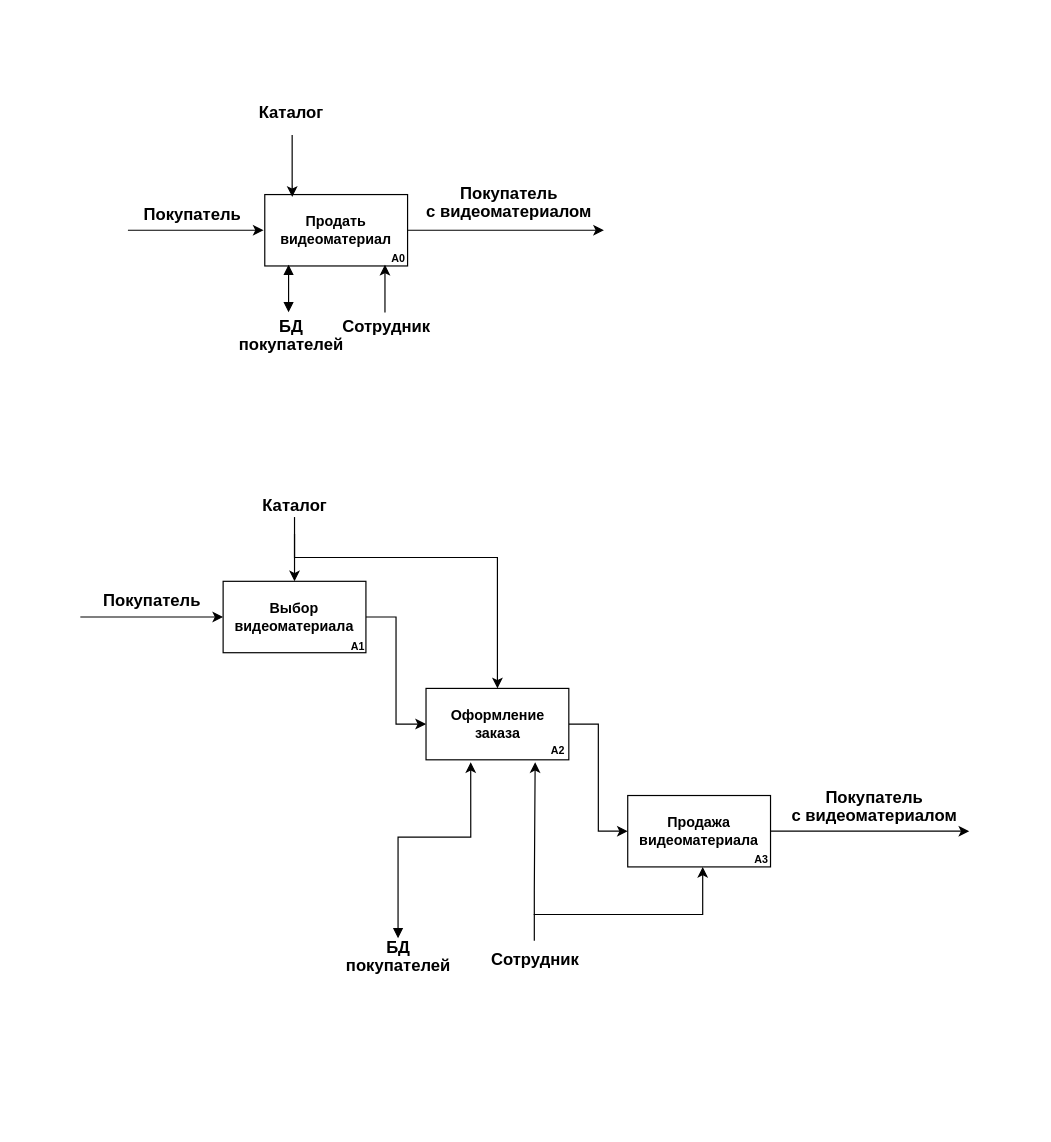
Before: IDEF0.drawio in SpaleRud/OPDiagrams, a draw.io diagram. Source tidied: cells renumbered, new cells numbered last; positions are measured from the earlier drawing's top-left corner, leaving out a move shared by most shapes. Both pictures are drawn from the tidied source at 119%, with x=0, y=0 at pixel (80, 93).
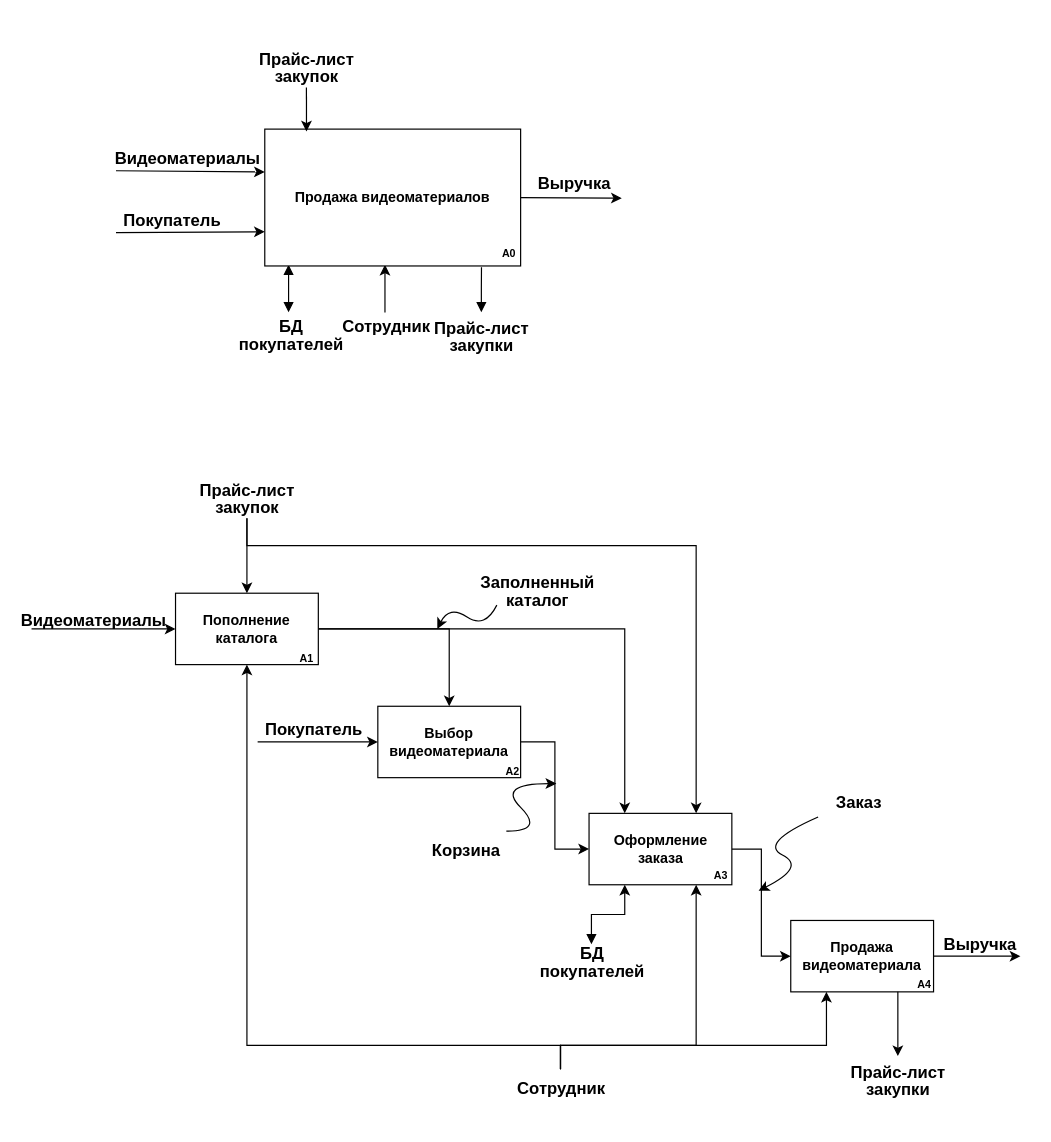
After the change.

The change refers to these unchanged cells:
```xml
<mxCell id="28" value="&lt;b&gt;Оформление&lt;br&gt;заказа&lt;/b&gt;" style="rounded=0;whiteSpace=wrap;html=1;" parent="27" vertex="1">
  <mxGeometry width="120" height="60" as="geometry" />
</mxCell>
<mxCell id="31" value="&lt;b&gt;Выбор&lt;br&gt;видеоматериала&lt;/b&gt;" style="rounded=0;whiteSpace=wrap;html=1;" parent="30" vertex="1">
  <mxGeometry width="120" height="60" as="geometry" />
</mxCell>
<mxCell id="34" value="&lt;b&gt;Продажа&lt;br&gt;видеоматериала&lt;/b&gt;" style="rounded=0;whiteSpace=wrap;html=1;" parent="33" vertex="1">
  <mxGeometry width="120" height="60" as="geometry" />
</mxCell>
```

The edit, as a diff of the source:
```diff
@@
     <mxCell id="2" value="&lt;font style=&quot;font-size: 14px;&quot;&gt;Покупатель&lt;/font&gt;" style="text;strokeColor=none;fillColor=none;html=1;fontSize=24;fontStyle=1;verticalAlign=middle;align=center;" parent="1" vertex="1">
-      <mxGeometry x="47" y="86" width="93" height="26" as="geometry" />
+      <mxGeometry x="30" y="91" width="93" height="26" as="geometry" />
     </mxCell>
-    <mxCell id="3" value="&lt;b&gt;Продать видеоматериал&lt;/b&gt;" style="rounded=0;whiteSpace=wrap;html=1;" parent="1" vertex="1">
-      <mxGeometry x="155" y="85" width="120" height="60" as="geometry" />
-    </mxCell>
-    <mxCell id="4" style="endArrow=classic;html=1;rounded=0;entryX=0;entryY=0.5;entryDx=0;entryDy=0;" parent="1" edge="1">
-      <mxGeometry relative="1" as="geometry">
-        <mxPoint x="40" y="115" as="sourcePoint" />
-        <mxPoint x="154" y="115" as="targetPoint" />
-        <Array as="points">
-          <mxPoint x="129" y="115" />
-        </Array>
-      </mxGeometry>
-    </mxCell>
-    <mxCell id="5" style="endArrow=classic;html=1;rounded=0;exitX=1;exitY=0.5;exitDx=0;exitDy=0;" parent="1" edge="1" source="3">
-      <mxGeometry relative="1" as="geometry">
-        <mxPoint x="440" y="115" as="targetPoint" />
-      </mxGeometry>
+    <mxCell id="5" style="endArrow=classic;html=1;rounded=0;exitX=1;exitY=0.5;exitDx=0;exitDy=0;entryX=1;entryY=1;entryDx=0;entryDy=0;" parent="1" edge="1" source="3" target="7">
+      <mxGeometry relative="1" as="geometry" />
     </mxCell>
-    <mxCell id="6" value="&lt;font style=&quot;font-size: 9px;&quot;&gt;А0&lt;/font&gt;" style="text;strokeColor=none;fillColor=none;html=1;fontSize=24;fontStyle=1;verticalAlign=middle;align=center;" parent="1" vertex="1">
-      <mxGeometry x="257" y="124" width="20" height="20" as="geometry" />
-    </mxCell>
-    <mxCell id="7" value="&lt;p style=&quot;line-height: 50%;&quot;&gt;&lt;font style=&quot;font-size: 14px;&quot;&gt;Покупатель&lt;br&gt;с видеоматериалом&lt;br&gt;&lt;/font&gt;&lt;/p&gt;" style="text;strokeColor=none;fillColor=none;html=1;fontSize=24;fontStyle=1;verticalAlign=middle;align=center;" parent="1" vertex="1">
-      <mxGeometry x="291" y="65" width="138" height="47" as="geometry" />
+    <mxCell id="7" value="&lt;p style=&quot;line-height: 50%;&quot;&gt;&lt;span style=&quot;font-size: 14px;&quot;&gt;Выручка&lt;/span&gt;&lt;/p&gt;" style="text;strokeColor=none;fillColor=none;html=1;fontSize=24;fontStyle=1;verticalAlign=middle;align=center;" parent="1" vertex="1">
+      <mxGeometry x="375" y="60" width="80" height="28" as="geometry" />
     </mxCell>
@@
-    <mxCell id="10" style="endArrow=classic;html=1;rounded=0;entryX=0.192;entryY=0.033;entryDx=0;entryDy=0;entryPerimeter=0;" parent="1" edge="1" target="3">
-      <mxGeometry relative="1" as="geometry">
-        <mxPoint x="178" y="35" as="sourcePoint" />
-      </mxGeometry>
-    </mxCell>
-    <mxCell id="11" value="&lt;font style=&quot;font-size: 14px;&quot;&gt;Каталог&lt;br&gt;&lt;/font&gt;" style="text;strokeColor=none;fillColor=none;html=1;fontSize=24;fontStyle=1;verticalAlign=middle;align=center;" parent="1" vertex="1">
-      <mxGeometry x="130" width="93" height="26" as="geometry" />
-    </mxCell>
-    <mxCell id="12" value="&lt;font style=&quot;font-size: 14px;&quot;&gt;Покупатель&lt;/font&gt;" style="text;strokeColor=none;fillColor=none;html=1;fontSize=24;fontStyle=1;verticalAlign=middle;align=center;" parent="1" vertex="1">
-      <mxGeometry x="13" y="410" width="93" height="26" as="geometry" />
-    </mxCell>
-    <mxCell id="13" style="endArrow=classic;html=1;rounded=0;exitX=1;exitY=0.5;exitDx=0;exitDy=0;" parent="1" edge="1" source="34">
-      <mxGeometry relative="1" as="geometry">
-        <mxPoint x="747" y="620" as="targetPoint" />
-      </mxGeometry>
+    <mxCell id="13" style="endArrow=classic;html=1;rounded=0;exitX=1;exitY=0.5;exitDx=0;exitDy=0;entryX=1;entryY=1;entryDx=0;entryDy=0;" parent="1" edge="1" source="34" target="14">
+      <mxGeometry relative="1" as="geometry" />
     </mxCell>
-    <mxCell id="14" value="&lt;p style=&quot;line-height: 50%;&quot;&gt;&lt;font style=&quot;font-size: 14px;&quot;&gt;Покупатель&lt;br&gt;с видеоматериалом&lt;br&gt;&lt;/font&gt;&lt;/p&gt;" style="text;strokeColor=none;fillColor=none;html=1;fontSize=24;fontStyle=1;verticalAlign=middle;align=center;" parent="1" vertex="1">
-      <mxGeometry x="598" y="573" width="138" height="47" as="geometry" />
+    <mxCell id="14" value="&lt;p style=&quot;line-height: 50%;&quot;&gt;&lt;font style=&quot;font-size: 14px;&quot;&gt;Выручка&lt;/font&gt;&lt;/p&gt;" style="text;strokeColor=none;fillColor=none;html=1;fontSize=24;fontStyle=1;verticalAlign=middle;align=center;" parent="1" vertex="1">
+      <mxGeometry x="722" y="700" width="68" height="25" as="geometry" />
     </mxCell>
-    <mxCell id="15" style="endArrow=classic;html=1;rounded=0;entryX=0.5;entryY=1;entryDx=0;entryDy=0;edgeStyle=orthogonalEdgeStyle;exitX=0.5;exitY=0;exitDx=0;exitDy=0;" parent="1" edge="1" source="16">
-      <mxGeometry relative="1" as="geometry">
-        <mxPoint x="382.2" y="562" as="targetPoint" />
-        <Array as="points">
-          <mxPoint x="382" y="670" />
-        </Array>
-      </mxGeometry>
-    </mxCell>
+    <mxCell id="37" style="edgeStyle=orthogonalEdgeStyle;rounded=0;jettySize=auto;html=1;entryX=0.75;entryY=1;entryDx=0;entryDy=0;" parent="1" edge="1" source="16" target="28">
+      <mxGeometry relative="1" as="geometry">
+        <Array as="points">
+          <mxPoint x="404" y="800" />
+          <mxPoint x="518" y="800" />
+        </Array>
+      </mxGeometry>
+    </mxCell>
+    <mxCell id="38" style="edgeStyle=orthogonalEdgeStyle;rounded=0;jettySize=auto;html=1;entryX=0.25;entryY=1;entryDx=0;entryDy=0;" parent="1" edge="1" source="16" target="34">
+      <mxGeometry relative="1" as="geometry">
+        <Array as="points">
+          <mxPoint x="404" y="800" />
+          <mxPoint x="627" y="800" />
+        </Array>
+      </mxGeometry>
+    </mxCell>
+    <mxCell id="39" style="edgeStyle=orthogonalEdgeStyle;rounded=0;jettySize=auto;html=1;entryX=0.5;entryY=1;entryDx=0;entryDy=0;" parent="1" edge="1" source="16" target="54">
+      <mxGeometry relative="1" as="geometry">
+        <Array as="points">
+          <mxPoint x="404" y="800" />
+          <mxPoint x="140" y="800" />
+        </Array>
+      </mxGeometry>
+    </mxCell>
     <mxCell id="16" value="&lt;font style=&quot;font-size: 14px;&quot;&gt;Сотрудник&lt;br&gt;&lt;/font&gt;" style="text;strokeColor=none;fillColor=none;html=1;fontSize=24;fontStyle=1;verticalAlign=middle;align=center;" parent="1" vertex="1">
-      <mxGeometry x="335" y="712" width="93" height="26" as="geometry" />
+      <mxGeometry x="357" y="820" width="93" height="26" as="geometry" />
     </mxCell>
-    <mxCell id="17" style="endArrow=classic;html=1;rounded=0;entryX=0.5;entryY=1;entryDx=0;entryDy=0;edgeStyle=orthogonalEdgeStyle;" parent="1" edge="1">
-      <mxGeometry relative="1" as="geometry">
-        <mxPoint x="381" y="690" as="sourcePoint" />
-        <mxPoint x="523" y="650" as="targetPoint" />
-        <Array as="points">
-          <mxPoint x="523" y="690" />
-        </Array>
-      </mxGeometry>
-    </mxCell>
-    <mxCell id="18" style="endArrow=classic;html=1;rounded=0;entryX=0.5;entryY=0;entryDx=0;entryDy=0;exitX=0.5;exitY=1;exitDx=0;exitDy=0;" parent="1" edge="1" source="19" target="31">
-      <mxGeometry relative="1" as="geometry" />
-    </mxCell>
-    <mxCell id="19" value="&lt;font style=&quot;font-size: 14px;&quot;&gt;Каталог&lt;br&gt;&lt;/font&gt;" style="text;strokeColor=none;fillColor=none;html=1;fontSize=24;fontStyle=1;verticalAlign=middle;align=center;" parent="1" vertex="1">
-      <mxGeometry x="133.5" y="330" width="93" height="26" as="geometry" />
-    </mxCell>
-    <mxCell id="20" style="endArrow=classic;html=1;rounded=0;entryX=0.5;entryY=0;entryDx=0;entryDy=0;edgeStyle=orthogonalEdgeStyle;elbow=vertical;" parent="1" edge="1" target="28">
-      <mxGeometry relative="1" as="geometry">
-        <mxPoint x="180" y="370" as="sourcePoint" />
-        <Array as="points">
-          <mxPoint x="180" y="390" />
-          <mxPoint x="351" y="390" />
-        </Array>
-      </mxGeometry>
-    </mxCell>
@@
+    <mxCell id="26" style="edgeStyle=orthogonalEdgeStyle;rounded=0;jettySize=auto;html=1;entryX=0.25;entryY=1;entryDx=0;entryDy=0;startArrow=block;startFill=1;" parent="1" edge="1" source="25" target="28">
+      <mxGeometry relative="1" as="geometry" />
+    </mxCell>
     <mxCell id="25" value="&lt;p style=&quot;line-height: 50%;&quot;&gt;&lt;font style=&quot;font-size: 14px;&quot;&gt;БД&lt;br&gt;покупателей&lt;br&gt;&lt;/font&gt;&lt;/p&gt;" style="text;strokeColor=none;fillColor=none;html=1;fontSize=24;fontStyle=1;verticalAlign=middle;align=center;" parent="1" vertex="1">
-      <mxGeometry x="220.5" y="710" width="93" height="26" as="geometry" />
+      <mxGeometry x="383" y="715" width="93" height="26" as="geometry" />
     </mxCell>
-    <mxCell id="26" style="endArrow=classic;html=1;rounded=0;entryX=0.313;entryY=1.033;entryDx=0;entryDy=0;edgeStyle=orthogonalEdgeStyle;entryPerimeter=0;exitX=0.5;exitY=0;exitDx=0;exitDy=0;startArrow=block;startFill=1;" parent="1" edge="1" source="25" target="28">
-      <mxGeometry relative="1" as="geometry">
-        <Array as="points">
-          <mxPoint x="267" y="625" />
-          <mxPoint x="328" y="625" />
-        </Array>
-      </mxGeometry>
-    </mxCell>
     <mxCell id="27" style="group;" parent="1" vertex="1">
-      <mxGeometry x="290.5" y="500" width="120.5" height="60" as="geometry" />
+      <mxGeometry x="427.5" y="605" width="120.5" height="60" as="geometry" />
     </mxCell>
@@
-    <mxCell id="29" value="&lt;font style=&quot;font-size: 9px;&quot;&gt;А2&lt;/font&gt;" style="text;strokeColor=none;fillColor=none;html=1;fontSize=24;fontStyle=1;verticalAlign=middle;align=center;" parent="27" vertex="1">
+    <mxCell id="29" value="&lt;font style=&quot;font-size: 9px;&quot;&gt;А3&lt;/font&gt;" style="text;strokeColor=none;fillColor=none;html=1;fontSize=24;fontStyle=1;verticalAlign=middle;align=center;" parent="27" vertex="1">
       <mxGeometry x="100.5" y="38" width="20" height="20" as="geometry" />
     </mxCell>
     <mxCell id="30" style="group;" parent="1" vertex="1">
-      <mxGeometry x="120" y="410" width="123" height="60" as="geometry" />
+      <mxGeometry x="250" y="515" width="123" height="60" as="geometry" />
     </mxCell>
@@
-    <mxCell id="32" value="&lt;font style=&quot;font-size: 9px;&quot;&gt;А1&lt;/font&gt;" style="text;strokeColor=none;fillColor=none;html=1;fontSize=24;fontStyle=1;verticalAlign=middle;align=center;" parent="30" vertex="1">
+    <mxCell id="32" value="&lt;font style=&quot;font-size: 9px;&quot;&gt;А2&lt;/font&gt;" style="text;strokeColor=none;fillColor=none;html=1;fontSize=24;fontStyle=1;verticalAlign=middle;align=center;" parent="30" vertex="1">
       <mxGeometry x="103" y="40" width="20" height="20" as="geometry" />
     </mxCell>
     <mxCell id="33" style="group;" parent="1" vertex="1">
-      <mxGeometry x="460" y="590" width="122" height="60" as="geometry" />
+      <mxGeometry x="597" y="695" width="122" height="60" as="geometry" />
     </mxCell>
@@
-    <mxCell id="35" value="&lt;font style=&quot;font-size: 9px;&quot;&gt;А3&lt;/font&gt;" style="text;strokeColor=none;fillColor=none;html=1;fontSize=24;fontStyle=1;verticalAlign=middle;align=center;" parent="33" vertex="1">
+    <mxCell id="35" value="&lt;font style=&quot;font-size: 9px;&quot;&gt;А4&lt;/font&gt;" style="text;strokeColor=none;fillColor=none;html=1;fontSize=24;fontStyle=1;verticalAlign=middle;align=center;" parent="33" vertex="1">
       <mxGeometry x="102" y="39" width="20" height="20" as="geometry" />
     </mxCell>
+    <mxCell id="40" style="edgeStyle=orthogonalEdgeStyle;rounded=0;jettySize=auto;html=1;entryX=0.5;entryY=0;entryDx=0;entryDy=0;" parent="1" edge="1" source="54" target="31">
+      <mxGeometry relative="1" as="geometry" />
+    </mxCell>
+    <mxCell id="41" style="edgeStyle=orthogonalEdgeStyle;rounded=0;jettySize=auto;html=1;entryX=0.25;entryY=0;entryDx=0;entryDy=0;" parent="1" edge="1" source="54" target="28">
+      <mxGeometry relative="1" as="geometry" />
+    </mxCell>
+    <mxCell id="42" style="group;" parent="1" vertex="1">
+      <mxGeometry x="155" y="30" width="215" height="115" as="geometry" />
+    </mxCell>
+    <mxCell id="3" value="&lt;b&gt;Продажа видеоматериалов&lt;/b&gt;" style="rounded=0;whiteSpace=wrap;html=1;" parent="42" vertex="1">
+      <mxGeometry width="215" height="115" as="geometry" />
+    </mxCell>
+    <mxCell id="6" value="&lt;font style=&quot;font-size: 9px;&quot;&gt;А0&lt;/font&gt;" style="text;strokeColor=none;fillColor=none;html=1;fontSize=24;fontStyle=1;verticalAlign=middle;align=center;" parent="42" vertex="1">
+      <mxGeometry x="195" y="84.3" width="20" height="30.7" as="geometry" />
+    </mxCell>
+    <mxCell id="43" style="group;" parent="1" vertex="1">
+      <mxGeometry x="149" y="519" width="93" height="26" as="geometry" />
+    </mxCell>
+    <mxCell id="12" value="&lt;font style=&quot;font-size: 14px;&quot;&gt;Покупатель&lt;/font&gt;" style="text;strokeColor=none;fillColor=none;html=1;fontSize=24;fontStyle=1;verticalAlign=middle;align=center;" parent="43" vertex="1">
+      <mxGeometry width="93" height="26" as="geometry" />
+    </mxCell>
-    <mxCell id="36" style="endArrow=classic;html=1;rounded=0;entryX=0;entryY=0.5;entryDx=0;entryDy=0;" parent="1" edge="1" target="31">
-      <mxGeometry relative="1" as="geometry">
-        <mxPoint y="440" as="sourcePoint" />
-      </mxGeometry>
+    <mxCell id="36" style="endArrow=classic;html=1;rounded=0;entryX=0;entryY=0.5;entryDx=0;entryDy=0;strokeColor=default;exitX=0;exitY=1;exitDx=0;exitDy=0;" parent="43" edge="1" source="12" target="31">
+      <mxGeometry relative="1" as="geometry" />
     </mxCell>
+    <mxCell id="44" style="endArrow=classic;html=1;rounded=0;exitX=0;exitY=1;exitDx=0;exitDy=0;entryX=0;entryY=0.75;entryDx=0;entryDy=0;" parent="1" edge="1" source="2" target="3">
+      <mxGeometry relative="1" as="geometry" />
+    </mxCell>
+    <mxCell id="45" value="&lt;font style=&quot;font-size: 14px;&quot;&gt;Видеоматериалы&lt;/font&gt;" style="text;strokeColor=none;fillColor=none;html=1;fontSize=24;fontStyle=1;verticalAlign=middle;align=center;" parent="1" vertex="1">
+      <mxGeometry x="30" y="38" width="120" height="27" as="geometry" />
+    </mxCell>
+    <mxCell id="46" style="endArrow=classic;html=1;rounded=0;exitX=0;exitY=1;exitDx=0;exitDy=0;entryX=0;entryY=0.75;entryDx=0;entryDy=0;" parent="1" edge="1" source="45">
+      <mxGeometry relative="1" as="geometry">
+        <mxPoint x="155" y="66" as="targetPoint" />
+      </mxGeometry>
+    </mxCell>
+    <mxCell id="47" style="endArrow=classic;html=1;rounded=0;entryX=0;entryY=0.5;entryDx=0;entryDy=0;exitX=0;exitY=1;exitDx=0;exitDy=0;" parent="1" edge="1" source="48" target="54">
+      <mxGeometry relative="1" as="geometry" />
+    </mxCell>
+    <mxCell id="48" value="&lt;font style=&quot;font-size: 14px;&quot;&gt;Видеоматериалы&lt;/font&gt;" style="text;strokeColor=none;fillColor=none;html=1;fontSize=24;fontStyle=1;verticalAlign=middle;align=center;" parent="1" vertex="1">
+      <mxGeometry x="-41" y="430" width="104" height="20" as="geometry" />
+    </mxCell>
+    <mxCell id="49" style="endArrow=classic;html=1;rounded=0;entryX=0.163;entryY=0.017;entryDx=0;entryDy=0;entryPerimeter=0;exitX=0.5;exitY=1;exitDx=0;exitDy=0;" parent="1" edge="1" source="56" target="3">
+      <mxGeometry relative="1" as="geometry" />
+    </mxCell>
+    <mxCell id="50" style="edgeStyle=orthogonalEdgeStyle;rounded=0;jettySize=auto;html=1;entryX=0.5;entryY=0;entryDx=0;entryDy=0;" parent="1" edge="1" source="52" target="54">
+      <mxGeometry relative="1" as="geometry" />
+    </mxCell>
+    <mxCell id="51" style="edgeStyle=orthogonalEdgeStyle;rounded=0;jettySize=auto;html=1;entryX=0.75;entryY=0;entryDx=0;entryDy=0;" parent="1" edge="1" source="52" target="28">
+      <mxGeometry relative="1" as="geometry">
+        <Array as="points">
+          <mxPoint x="140" y="380" />
+          <mxPoint x="518" y="380" />
+        </Array>
+      </mxGeometry>
+    </mxCell>
+    <mxCell id="52" value="&lt;p style=&quot;line-height: 40%;&quot;&gt;&lt;font style=&quot;font-size: 14px;&quot;&gt;Прайс-лист&lt;br&gt;закупок&lt;br&gt;&lt;/font&gt;&lt;/p&gt;" style="text;strokeColor=none;fillColor=none;html=1;fontSize=24;fontStyle=1;verticalAlign=middle;align=center;" parent="1" vertex="1">
+      <mxGeometry x="95" y="320" width="90" height="37" as="geometry" />
+    </mxCell>
+    <mxCell id="53" style="group;" parent="1" vertex="1">
+      <mxGeometry x="80" y="420" width="120" height="60" as="geometry" />
+    </mxCell>
+    <mxCell id="54" value="&lt;b&gt;Пополнение каталога&lt;/b&gt;" style="rounded=0;whiteSpace=wrap;html=1;" parent="53" vertex="1">
+      <mxGeometry width="120" height="60" as="geometry" />
+    </mxCell>
+    <mxCell id="55" value="&lt;font style=&quot;font-size: 9px;&quot;&gt;А1&lt;/font&gt;" style="text;strokeColor=none;fillColor=none;html=1;fontSize=24;fontStyle=1;verticalAlign=middle;align=center;" parent="53" vertex="1">
+      <mxGeometry x="100" y="40" width="20" height="20" as="geometry" />
+    </mxCell>
+    <mxCell id="56" value="&lt;p style=&quot;line-height: 40%;&quot;&gt;&lt;font style=&quot;font-size: 14px;&quot;&gt;Прайс-лист&lt;br&gt;закупок&lt;br&gt;&lt;/font&gt;&lt;/p&gt;" style="text;strokeColor=none;fillColor=none;html=1;fontSize=24;fontStyle=1;verticalAlign=middle;align=center;" parent="1" vertex="1">
+      <mxGeometry x="145" y="-42" width="90" height="37" as="geometry" />
+    </mxCell>
+    <mxCell id="57" value="&lt;p style=&quot;line-height: 40%;&quot;&gt;&lt;font style=&quot;font-size: 14px;&quot;&gt;Прайс-лист&lt;br&gt;закупки&lt;br&gt;&lt;/font&gt;&lt;/p&gt;" style="text;strokeColor=none;fillColor=none;html=1;fontSize=24;fontStyle=1;verticalAlign=middle;align=center;" parent="1" vertex="1">
+      <mxGeometry x="642" y="809" width="90" height="37" as="geometry" />
+    </mxCell>
+    <mxCell id="58" style="edgeStyle=orthogonalEdgeStyle;rounded=0;jettySize=auto;html=1;exitX=0.75;exitY=1;exitDx=0;exitDy=0;entryX=0.5;entryY=0;entryDx=0;entryDy=0;" parent="1" edge="1" source="34" target="57">
+      <mxGeometry relative="1" as="geometry" />
+    </mxCell>
+    <mxCell id="59" style="edgeStyle=orthogonalEdgeStyle;rounded=0;jettySize=auto;html=1;entryX=0.847;entryY=1.009;entryDx=0;entryDy=0;entryPerimeter=0;startArrow=block;startFill=1;endArrow=none;endFill=0;" parent="1" edge="1" source="60" target="3">
+      <mxGeometry relative="1" as="geometry" />
+    </mxCell>
+    <mxCell id="60" value="&lt;p style=&quot;line-height: 40%;&quot;&gt;&lt;font style=&quot;font-size: 14px;&quot;&gt;Прайс-лист&lt;br&gt;закупки&lt;br&gt;&lt;/font&gt;&lt;/p&gt;" style="text;strokeColor=none;fillColor=none;html=1;fontSize=24;fontStyle=1;verticalAlign=middle;align=center;" parent="1" vertex="1">
+      <mxGeometry x="292" y="184" width="90" height="37" as="geometry" />
+    </mxCell>
+    <mxCell id="61" value="&lt;p style=&quot;line-height: 50%;&quot;&gt;&lt;font style=&quot;font-size: 14px;&quot;&gt;Корзина&lt;/font&gt;&lt;/p&gt;" style="text;strokeColor=none;fillColor=none;html=1;fontSize=24;fontStyle=1;verticalAlign=middle;align=center;" parent="1" vertex="1">
+      <mxGeometry x="290" y="620" width="68" height="28" as="geometry" />
+    </mxCell>
+    <mxCell id="62" style="curved=1;endArrow=classic;html=1;rounded=0;exitX=1;exitY=0;exitDx=0;exitDy=0;" parent="1" edge="1" source="61">
+      <mxGeometry relative="1" as="geometry">
+        <mxPoint x="400" y="580" as="targetPoint" />
+        <Array as="points">
+          <mxPoint x="390" y="620" />
+          <mxPoint x="350" y="580" />
+        </Array>
+      </mxGeometry>
+    </mxCell>
+    <mxCell id="63" value="&lt;p style=&quot;line-height: 50%;&quot;&gt;&lt;font style=&quot;font-size: 14px;&quot;&gt;Заказ&lt;/font&gt;&lt;/p&gt;" style="text;strokeColor=none;fillColor=none;html=1;fontSize=24;fontStyle=1;verticalAlign=middle;align=center;" parent="1" vertex="1">
+      <mxGeometry x="620" y="580" width="68" height="28" as="geometry" />
+    </mxCell>
+    <mxCell id="64" style="curved=1;endArrow=classic;html=1;rounded=0;exitX=0;exitY=1;exitDx=0;exitDy=0;" parent="1" edge="1" source="63">
+      <mxGeometry relative="1" as="geometry">
+        <mxPoint x="570" y="670" as="targetPoint" />
+        <Array as="points">
+          <mxPoint x="570" y="630" />
+          <mxPoint x="610" y="650" />
+        </Array>
+      </mxGeometry>
+    </mxCell>
+    <mxCell id="65" value="&lt;p style=&quot;line-height: 50%;&quot;&gt;&lt;span style=&quot;font-size: 14px;&quot;&gt;Заполненный&lt;br&gt;каталог&lt;/span&gt;&lt;/p&gt;" style="text;strokeColor=none;fillColor=none;html=1;fontSize=24;fontStyle=1;verticalAlign=middle;align=center;" parent="1" vertex="1">
+      <mxGeometry x="350" y="402" width="68" height="28" as="geometry" />
+    </mxCell>
+    <mxCell id="66" style="curved=1;endArrow=classic;html=1;rounded=0;exitX=0;exitY=1;exitDx=0;exitDy=0;" parent="1" edge="1" source="65">
+      <mxGeometry relative="1" as="geometry">
+        <mxPoint x="300" y="450" as="targetPoint" />
+        <Array as="points">
+          <mxPoint x="340" y="450" />
+          <mxPoint x="310" y="430" />
+        </Array>
+      </mxGeometry>
+    </mxCell>
```
